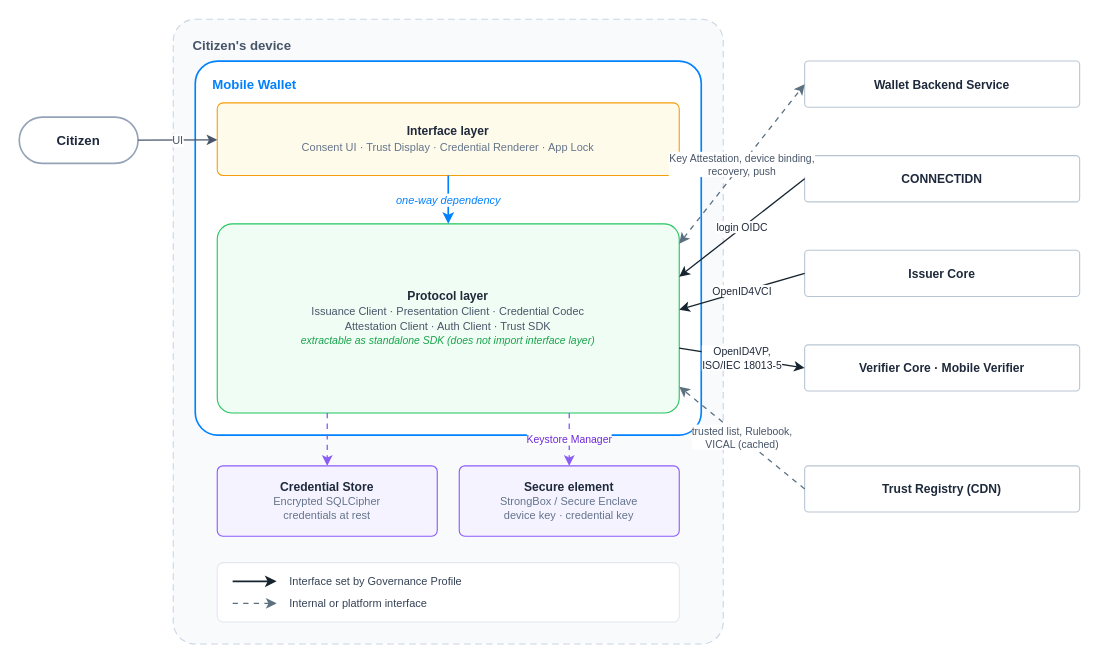
Before: images/architecture-framework/high-level-architecture/architecture-on-the-device.drawio in id-verifiable-credential-dev/id-doc-idctf, a draw.io diagram. Source tidied: cells renumbered, new cells numbered last; positions are measured from the earlier drawing's top-left corner, leaving out a move shared by most shapes. Both pictures are drawn from the tidied source at 110%, with x=0, y=0 at pixel (19, 19).
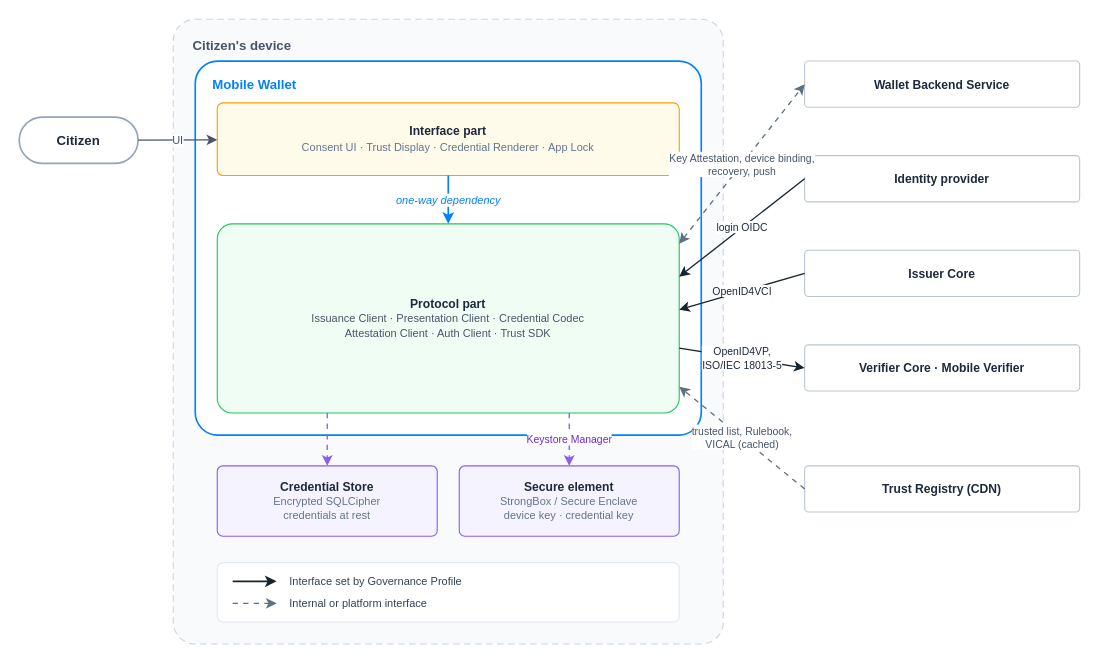
The same diagram, later.

Change to the diagram source:
```diff
@@
-    <mxCell id="5" value="&lt;b&gt;Interface layer&lt;/b&gt;&lt;br&gt;&lt;span style=&quot;font-size:10px;color:#64748b;&quot;&gt;Consent UI · Trust Display · Credential Renderer · App Lock&lt;/span&gt;" style="rounded=1;arcSize=8;fillColor=#fffbeb;strokeColor=#f59e0b;strokeWidth=1;fontSize=11;fontColor=#1e293b;verticalAlign=middle;align=center;html=1;whiteSpace=wrap;" parent="1" vertex="1">
+    <mxCell id="5" value="&lt;b&gt;Interface part&lt;/b&gt;&lt;br&gt;&lt;span style=&quot;font-size:10px;color:#64748b;&quot;&gt;Consent UI · Trust Display · Credential Renderer · App Lock&lt;/span&gt;" style="rounded=1;arcSize=8;fillColor=#fffbeb;strokeColor=#f59e0b;strokeWidth=1;fontSize=11;fontColor=#1e293b;verticalAlign=middle;align=center;html=1;whiteSpace=wrap;" parent="1" vertex="1">
       <mxGeometry x="180" y="76" width="420" height="66" as="geometry" />
     </mxCell>
-    <mxCell id="6" value="&lt;b&gt;Protocol layer&lt;/b&gt;&lt;br&gt;&lt;span style=&quot;font-size:10px;color:#475569;&quot;&gt;Issuance Client · Presentation Client · Credential Codec&lt;br&gt;Attestation Client · Auth Client · Trust SDK&lt;/span&gt;&lt;br&gt;&lt;i style=&quot;font-size:9.5px;color:#16a34a;&quot;&gt;extractable as standalone SDK (does not import interface layer)&lt;/i&gt;" style="rounded=1;arcSize=8;fillColor=#f0fdf4;strokeColor=#22c55e;strokeWidth=1;fontSize=11;fontColor=#1e293b;verticalAlign=middle;align=center;html=1;whiteSpace=wrap;" parent="1" vertex="1">
+    <mxCell id="6" value="&lt;b&gt;Protocol part&lt;/b&gt;&lt;br&gt;&lt;span style=&quot;font-size:10px;color:#475569;&quot;&gt;Issuance Client · Presentation Client · Credential Codec&lt;br&gt;Attestation Client · Auth Client · Trust SDK&lt;/span&gt;" style="rounded=1;arcSize=8;fillColor=#f0fdf4;strokeColor=#22c55e;strokeWidth=1;fontSize=11;fontColor=#1e293b;verticalAlign=middle;align=center;html=1;whiteSpace=wrap;" parent="1" vertex="1">
       <mxGeometry x="180" y="186" width="420" height="172" as="geometry" />
     </mxCell>
@@
-    <mxCell id="14" value="CONNECTIDN" style="rounded=1;arcSize=8;fillColor=#ffffff;strokeColor=#b9c6d2;fontSize=11;fontStyle=1;fontColor=#1e293b;align=center;verticalAlign=middle;" parent="1" vertex="1">
+    <mxCell id="14" value="Identity provider" style="rounded=1;arcSize=8;fillColor=#ffffff;strokeColor=#b9c6d2;fontSize=11;fontStyle=1;fontColor=#1e293b;align=center;verticalAlign=middle;" parent="1" vertex="1">
       <mxGeometry x="714" y="124" width="250" height="42" as="geometry" />
     </mxCell>
```
